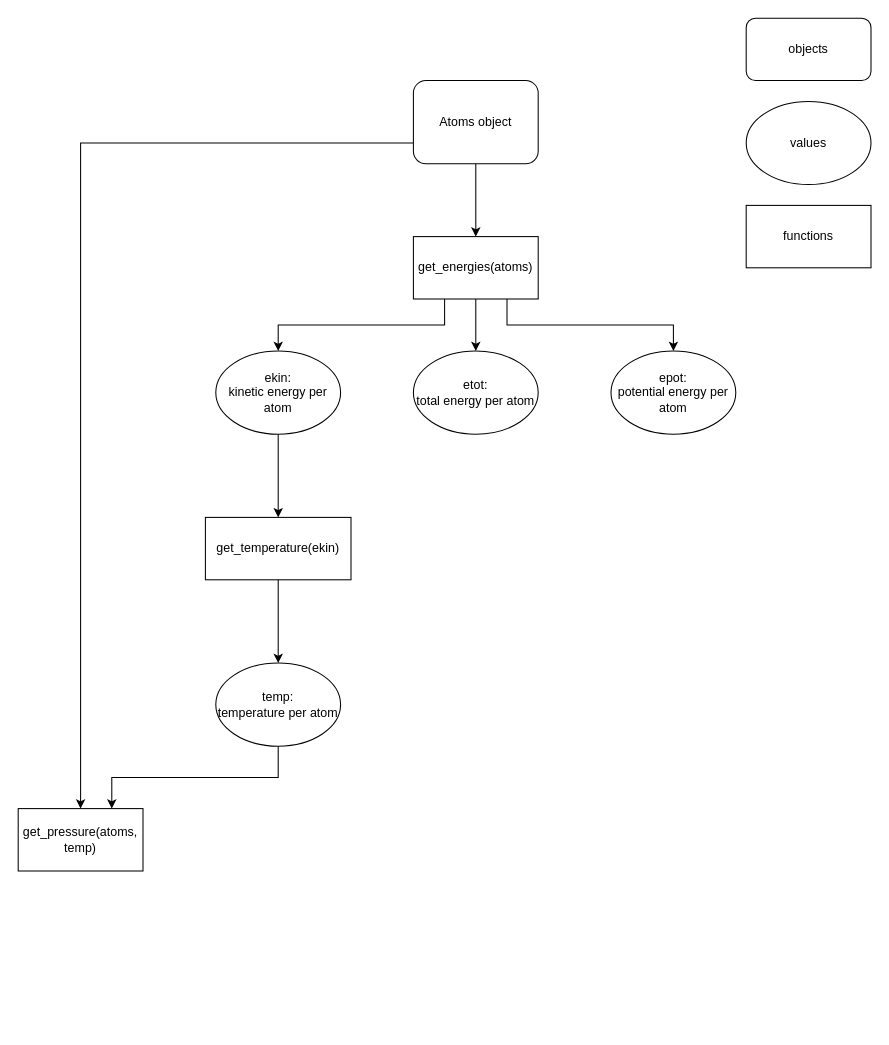
Salsa-Dancing-Molecules/Salsa-Dancing-Molecules keeps this draw.io diagram as calc_tree.drawio. Above is the earlier version. Source tidied: cells renumbered, new cells numbered last; positions are measured from the earlier drawing's top-left corner, leaving out a move shared by most shapes. Both pictures are drawn from the tidied source at 104%, with x=0, y=0 at pixel (18, 18).
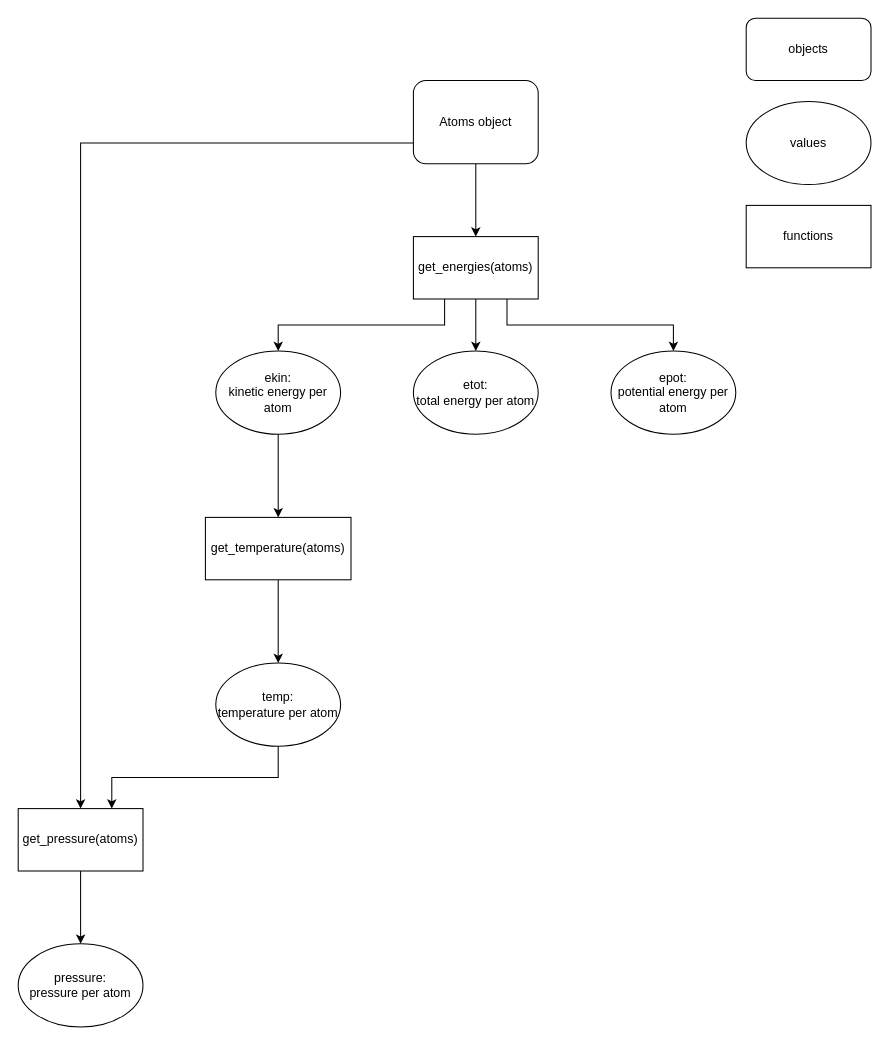
After the change.

The edit, as a diff of the source:
```diff
@@
-    <mxCell id="14" value="get_temperature(ekin)" style="rounded=0;whiteSpace=wrap;html=1;" parent="1" vertex="1">
+    <mxCell id="14" value="get_temperature(atoms)" style="rounded=0;whiteSpace=wrap;html=1;" parent="1" vertex="1">
       <mxGeometry x="180" y="480" width="140" height="60" as="geometry" />
     </mxCell>
@@
+    <mxCell id="21" style="edgeStyle=orthogonalEdgeStyle;rounded=0;jettySize=auto;html=1;exitX=0.5;exitY=1;exitDx=0;exitDy=0;entryX=0.5;entryY=0;entryDx=0;entryDy=0;" parent="1" edge="1" source="20" target="22">
+      <mxGeometry relative="1" as="geometry" />
+    </mxCell>
-    <mxCell id="20" value="get_pressure(atoms, temp)" style="rounded=0;whiteSpace=wrap;html=1;" parent="1" vertex="1">
+    <mxCell id="20" value="get_pressure(atoms)" style="rounded=0;whiteSpace=wrap;html=1;" parent="1" vertex="1">
       <mxGeometry y="760" width="120" height="60" as="geometry" />
     </mxCell>
+    <mxCell id="22" value="pressure:&lt;br&gt;pressure per atom" style="ellipse;whiteSpace=wrap;html=1;" parent="1" vertex="1">
+      <mxGeometry y="890" width="120" height="80" as="geometry" />
+    </mxCell>
```
